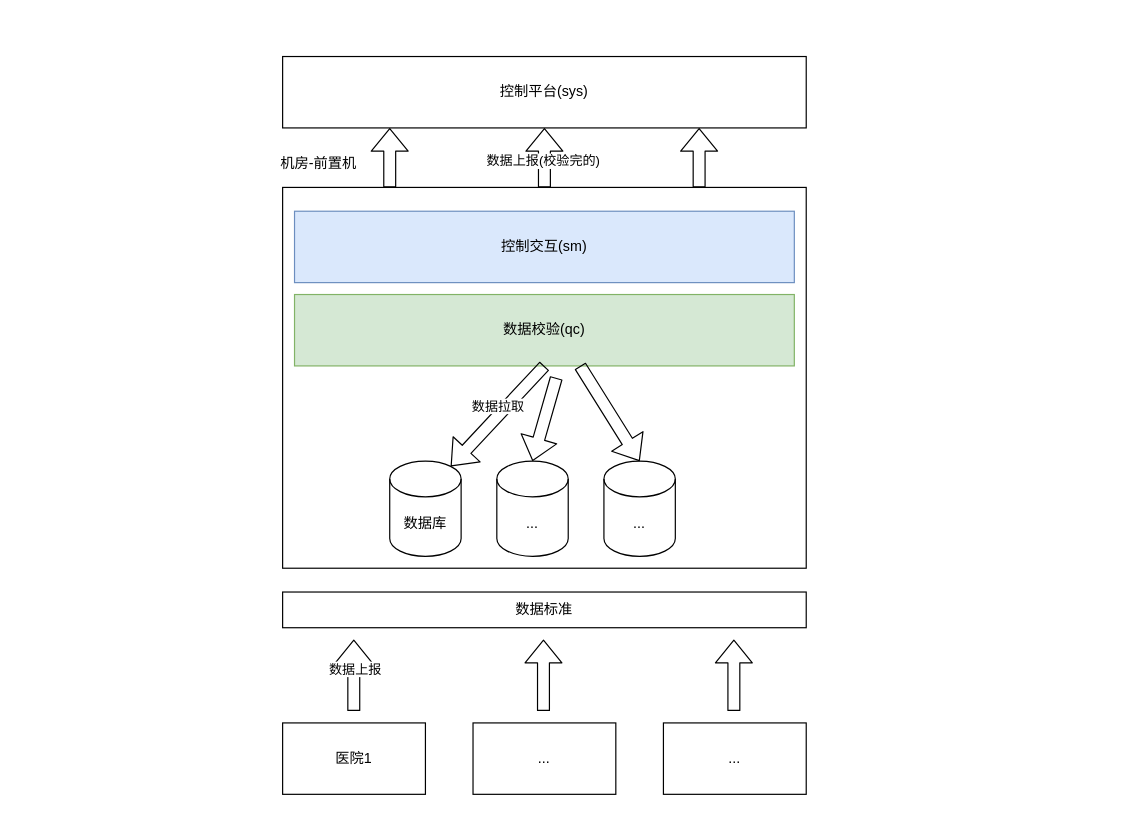
Before: rongda-dep/rongda-dep.drawio in cherishsince/diagrams.net, a draw.io diagram. Source tidied: cells renumbered, new cells numbered last; positions are measured from the earlier drawing's top-left corner, leaving out a move shared by most shapes. Both pictures are drawn from the tidied source at 119%, with x=0, y=0 at pixel (270, 56).
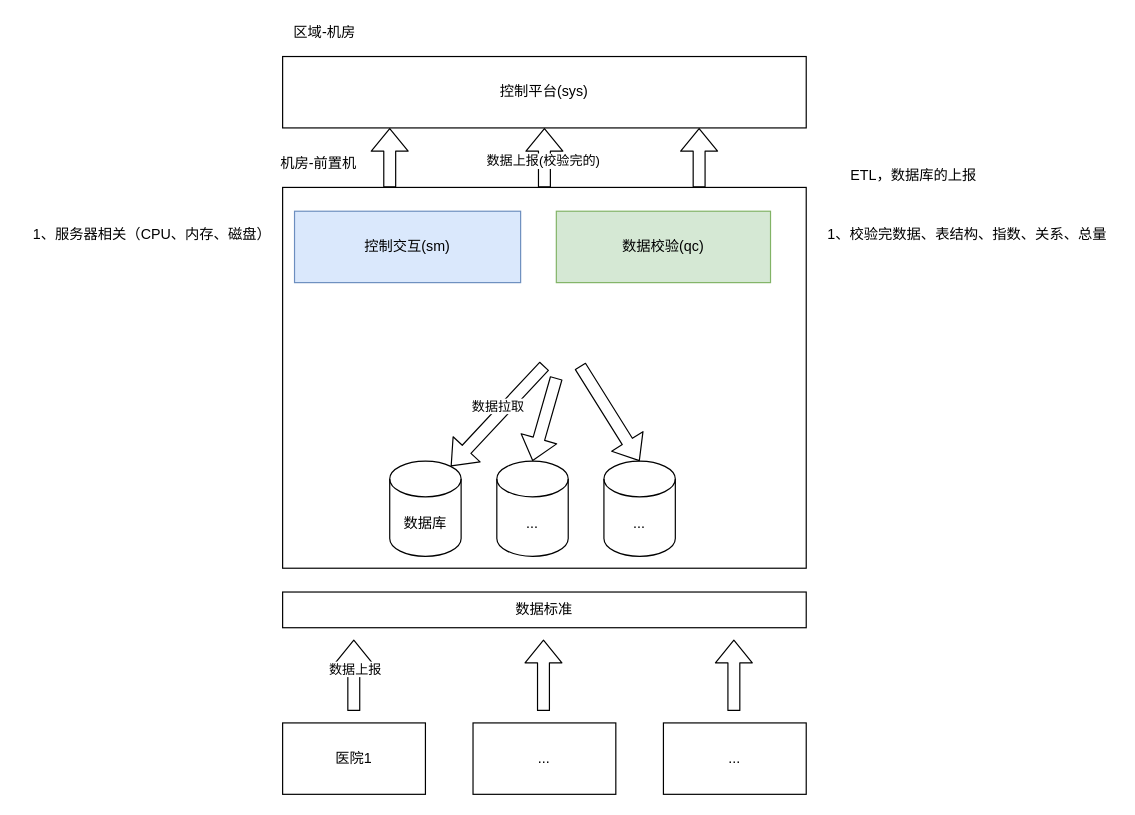
Above is the later version.

What changed in the source:
```diff
@@
     <mxCell id="3" value="数据校验(qc)" style="rounded=0;whiteSpace=wrap;html=1;fillColor=#d5e8d4;strokeColor=#82b366;" parent="1" vertex="1">
-      <mxGeometry x="20" y="200" width="420" height="60" as="geometry" />
+      <mxGeometry x="240" y="130" width="180" height="60" as="geometry" />
     </mxCell>
@@
     <mxCell id="12" value="控制交互(sm)" style="rounded=0;whiteSpace=wrap;html=1;fillColor=#dae8fc;strokeColor=#6c8ebf;" parent="1" vertex="1">
-      <mxGeometry x="20" y="130" width="420" height="60" as="geometry" />
+      <mxGeometry x="20" y="130" width="190" height="60" as="geometry" />
     </mxCell>
@@
+    <mxCell id="26" value="ETL，数据库的上报" style="text;html=1;align=center;verticalAlign=middle;" parent="1" vertex="1">
+      <mxGeometry x="480" y="90" width="120" height="20" as="geometry" />
+    </mxCell>
+    <mxCell id="27" value="1、校验完数据、表结构、指数、关系、总量" style="text;html=1;align=center;verticalAlign=middle;" parent="1" vertex="1">
+      <mxGeometry x="460" y="140" width="250" height="20" as="geometry" />
+    </mxCell>
+    <mxCell id="28" value="1、服务器相关（CPU、内存、磁盘）" style="text;html=1;align=center;verticalAlign=middle;" parent="1" vertex="1">
+      <mxGeometry x="-210" y="140" width="220" height="20" as="geometry" />
+    </mxCell>
+    <mxCell id="29" value="区域-机房" style="text;html=1;align=center;verticalAlign=middle;" parent="1" vertex="1">
+      <mxGeometry x="10" y="-30" width="70" height="20" as="geometry" />
+    </mxCell>
```
